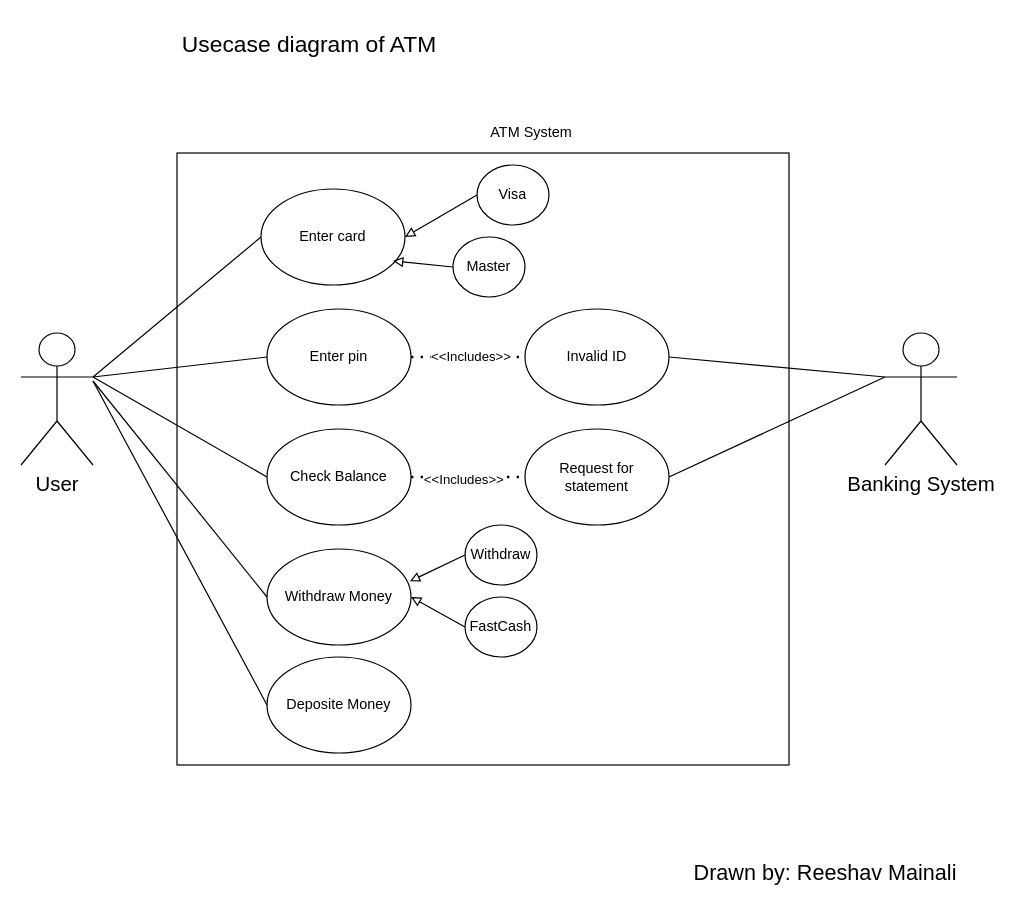
This is 6th SEM/SE/DFD.drawio from Reeves9/Class-Notes, a draw.io file, before an edit. Source tidied: cells renumbered, new cells numbered last; positions are measured from the earlier drawing's top-left corner, leaving out a move shared by most shapes. Both pictures are drawn from the tidied source at 120%, with x=0, y=0 at pixel (20, 20).
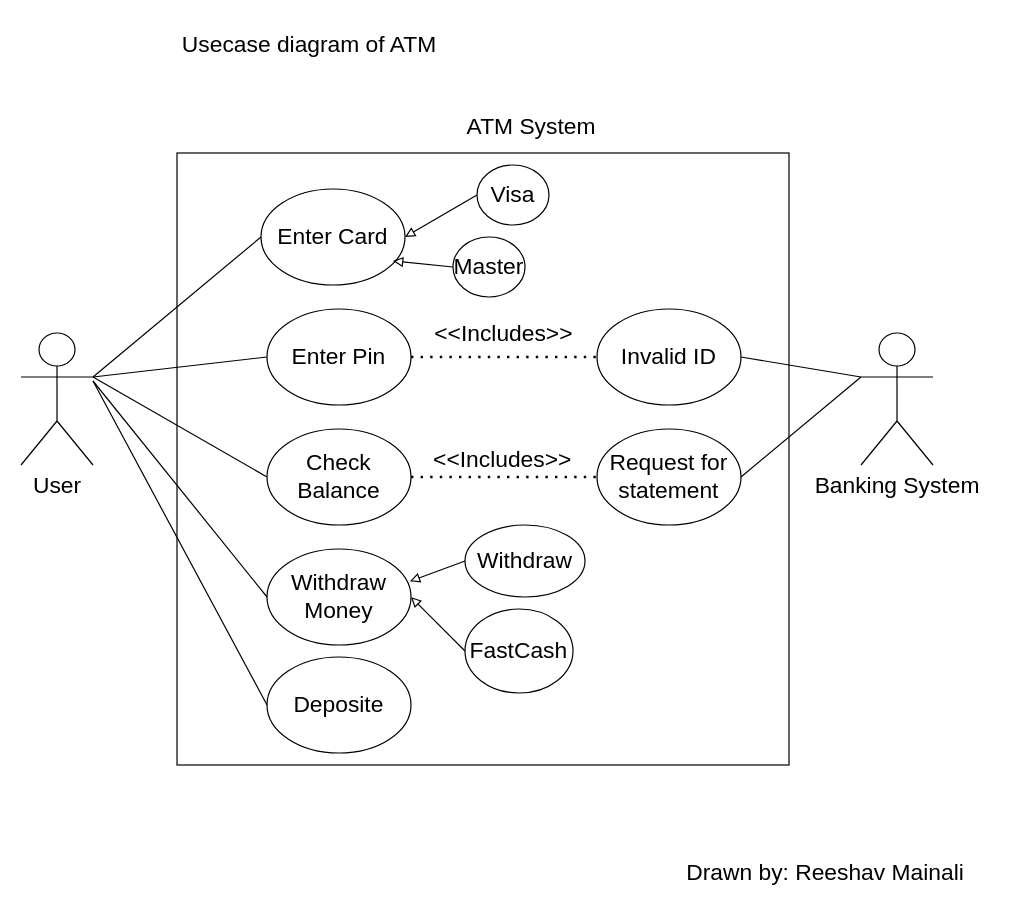
The same page after the edit.

Change to the diagram source:
```diff
@@
-    <mxCell id="2" value="&lt;font style=&quot;font-size: 19px;&quot;&gt;Usecase diagram of ATM&lt;/font&gt;" style="text;html=1;align=center;verticalAlign=middle;strokeColor=none;fillColor=none;" parent="1" vertex="1">
+    <mxCell id="2" value="&lt;font style=&quot;font-size: 19px;&quot;&gt;Usecase diagram of ATM&lt;/font&gt;" style="text;html=1;align=center;verticalAlign=middle;strokeColor=none;fillColor=none;fontSize=19;" parent="1" vertex="1">
       <mxGeometry x="120" width="240" height="40" as="geometry" />
     </mxCell>
-    <mxCell id="3" style="whiteSpace=wrap;html=1;" parent="1" vertex="1">
+    <mxCell id="3" style="whiteSpace=wrap;html=1;fontSize=19;" parent="1" vertex="1">
       <mxGeometry x="130" y="110" width="510" height="510" as="geometry" />
     </mxCell>
-    <mxCell id="4" value="Enter card" style="ellipse;whiteSpace=wrap;html=1;" parent="1" vertex="1">
+    <mxCell id="4" value="Enter Card" style="ellipse;whiteSpace=wrap;html=1;fontSize=19;" parent="1" vertex="1">
       <mxGeometry x="200" y="140" width="120" height="80" as="geometry" />
     </mxCell>
-    <mxCell id="5" value="Check Balance" style="ellipse;whiteSpace=wrap;html=1;" parent="1" vertex="1">
+    <mxCell id="5" value="Check Balance" style="ellipse;whiteSpace=wrap;html=1;fontSize=19;" parent="1" vertex="1">
       <mxGeometry x="205" y="340" width="120" height="80" as="geometry" />
     </mxCell>
-    <mxCell id="6" value="Withdraw Money" style="ellipse;whiteSpace=wrap;html=1;" parent="1" vertex="1">
+    <mxCell id="6" value="Withdraw Money" style="ellipse;whiteSpace=wrap;html=1;fontSize=19;" parent="1" vertex="1">
       <mxGeometry x="205" y="440" width="120" height="80" as="geometry" />
     </mxCell>
-    <mxCell id="7" value="Deposite Money" style="ellipse;whiteSpace=wrap;html=1;" parent="1" vertex="1">
+    <mxCell id="7" value="Deposite" style="ellipse;whiteSpace=wrap;html=1;fontSize=19;" parent="1" vertex="1">
       <mxGeometry x="205" y="530" width="120" height="80" as="geometry" />
     </mxCell>
-    <mxCell id="8" value="Invalid ID" style="ellipse;whiteSpace=wrap;html=1;" parent="1" vertex="1">
-      <mxGeometry x="420" y="240" width="120" height="80" as="geometry" />
+    <mxCell id="8" value="Invalid ID" style="ellipse;whiteSpace=wrap;html=1;fontSize=19;" parent="1" vertex="1">
+      <mxGeometry x="480" y="240" width="120" height="80" as="geometry" />
     </mxCell>
-    <mxCell id="9" value="Request for statement" style="ellipse;whiteSpace=wrap;html=1;" parent="1" vertex="1">
-      <mxGeometry x="420" y="340" width="120" height="80" as="geometry" />
+    <mxCell id="9" value="Request for statement" style="ellipse;whiteSpace=wrap;html=1;fontSize=19;" parent="1" vertex="1">
+      <mxGeometry x="480" y="340" width="120" height="80" as="geometry" />
     </mxCell>
-    <mxCell id="10" value="&lt;font style=&quot;font-size: 17px;&quot;&gt;User&lt;/font&gt;" style="shape=umlActor;verticalLabelPosition=bottom;verticalAlign=top;html=1;outlineConnect=0;" parent="1" vertex="1">
+    <mxCell id="10" value="&lt;font style=&quot;font-size: 19px;&quot;&gt;User&lt;/font&gt;" style="shape=umlActor;verticalLabelPosition=bottom;verticalAlign=top;html=1;outlineConnect=0;fontSize=19;" parent="1" vertex="1">
       <mxGeometry y="260" width="60" height="110" as="geometry" />
     </mxCell>
-    <mxCell id="11" value="&lt;font style=&quot;font-size: 17px;&quot;&gt;Banking System&lt;/font&gt;" style="shape=umlActor;verticalLabelPosition=bottom;verticalAlign=top;html=1;outlineConnect=0;" parent="1" vertex="1">
-      <mxGeometry x="720" y="260" width="60" height="110" as="geometry" />
+    <mxCell id="11" value="&lt;font style=&quot;font-size: 19px;&quot;&gt;Banking System&lt;/font&gt;" style="shape=umlActor;verticalLabelPosition=bottom;verticalAlign=top;html=1;outlineConnect=0;fontSize=19;" parent="1" vertex="1">
+      <mxGeometry x="700" y="260" width="60" height="110" as="geometry" />
     </mxCell>
-    <mxCell id="12" style="endArrow=none;dashed=1;html=1;dashPattern=1 3;strokeWidth=2;rounded=0;entryX=0;entryY=0.5;entryDx=0;entryDy=0;exitX=1;exitY=0.5;exitDx=0;exitDy=0;" parent="1" edge="1" source="5" target="9">
+    <mxCell id="12" style="endArrow=none;dashed=1;html=1;dashPattern=1 3;strokeWidth=2;rounded=0;entryX=0;entryY=0.5;entryDx=0;entryDy=0;exitX=1;exitY=0.5;exitDx=0;exitDy=0;fontSize=19;" parent="1" edge="1" source="5" target="9">
       <mxGeometry relative="1" as="geometry" />
     </mxCell>
-    <mxCell id="13" value="&amp;lt;&amp;lt;Includes&amp;gt;&amp;gt;" style="edgeLabel;html=1;align=center;verticalAlign=middle;" parent="12" vertex="1">
-      <mxGeometry x="-0.09" y="-1" relative="1" as="geometry" />
+    <mxCell id="13" value="&amp;lt;&amp;lt;Includes&amp;gt;&amp;gt;" style="edgeLabel;html=1;align=center;verticalAlign=middle;fontSize=19;" parent="12" vertex="1">
+      <mxGeometry x="-0.09" y="-1" relative="1" as="geometry">
+        <mxPoint x="4" y="-16" as="offset" />
+      </mxGeometry>
     </mxCell>
-    <mxCell id="14" value="ATM System&lt;div&gt;&lt;br&gt;&lt;/div&gt;" style="text;html=1;align=center;verticalAlign=middle;strokeColor=none;fillColor=none;" parent="1" vertex="1">
-      <mxGeometry x="380" y="80" width="90" height="40" as="geometry" />
+    <mxCell id="14" value="ATM System&lt;div style=&quot;font-size: 19px;&quot;&gt;&lt;br style=&quot;font-size: 19px;&quot;&gt;&lt;/div&gt;" style="text;html=1;align=center;verticalAlign=middle;strokeColor=none;fillColor=none;fontSize=19;" parent="1" vertex="1">
+      <mxGeometry x="360" y="70" width="130" height="60" as="geometry" />
     </mxCell>
-    <mxCell id="15" value="Enter pin" style="ellipse;whiteSpace=wrap;html=1;" parent="1" vertex="1">
+    <mxCell id="15" value="Enter Pin" style="ellipse;whiteSpace=wrap;html=1;fontSize=19;" parent="1" vertex="1">
       <mxGeometry x="205" y="240" width="120" height="80" as="geometry" />
     </mxCell>
-    <mxCell id="16" style="endArrow=none;dashed=1;html=1;dashPattern=1 3;strokeWidth=2;rounded=0;entryX=0;entryY=0.5;entryDx=0;entryDy=0;exitX=1;exitY=0.5;exitDx=0;exitDy=0;" parent="1" edge="1" source="15" target="8">
+    <mxCell id="16" style="endArrow=none;dashed=1;html=1;dashPattern=1 3;strokeWidth=2;rounded=0;entryX=0;entryY=0.5;entryDx=0;entryDy=0;exitX=1;exitY=0.5;exitDx=0;exitDy=0;fontSize=19;" parent="1" edge="1" source="15" target="8">
       <mxGeometry relative="1" as="geometry" />
     </mxCell>
-    <mxCell id="17" value="&amp;lt;&amp;lt;Includes&amp;gt;&amp;gt;" style="edgeLabel;html=1;align=center;verticalAlign=middle;" parent="16" vertex="1">
-      <mxGeometry x="0.04" y="1" relative="1" as="geometry" />
+    <mxCell id="17" value="&amp;lt;&amp;lt;Includes&amp;gt;&amp;gt;" style="edgeLabel;html=1;align=center;verticalAlign=middle;fontSize=19;" parent="16" vertex="1">
+      <mxGeometry x="0.04" y="1" relative="1" as="geometry">
+        <mxPoint x="-5" y="-19" as="offset" />
+      </mxGeometry>
     </mxCell>
-    <mxCell id="18" value="Visa" style="ellipse;whiteSpace=wrap;html=1;" parent="1" vertex="1">
+    <mxCell id="18" value="Visa" style="ellipse;whiteSpace=wrap;html=1;fontSize=19;" parent="1" vertex="1">
       <mxGeometry x="380" y="120" width="60" height="50" as="geometry" />
     </mxCell>
-    <mxCell id="19" value="Master" style="ellipse;whiteSpace=wrap;html=1;" parent="1" vertex="1">
+    <mxCell id="19" value="Master" style="ellipse;whiteSpace=wrap;html=1;fontSize=19;" parent="1" vertex="1">
       <mxGeometry x="360" y="180" width="60" height="50" as="geometry" />
     </mxCell>
-    <mxCell id="20" value="Withdraw" style="ellipse;whiteSpace=wrap;html=1;" parent="1" vertex="1">
-      <mxGeometry x="370" y="420" width="60" height="50" as="geometry" />
+    <mxCell id="20" value="Withdraw" style="ellipse;whiteSpace=wrap;html=1;fontSize=19;" parent="1" vertex="1">
+      <mxGeometry x="370" y="420" width="100" height="60" as="geometry" />
     </mxCell>
-    <mxCell id="21" value="FastCash" style="ellipse;whiteSpace=wrap;html=1;" parent="1" vertex="1">
-      <mxGeometry x="370" y="480" width="60" height="50" as="geometry" />
+    <mxCell id="21" value="FastCash" style="ellipse;whiteSpace=wrap;html=1;fontSize=19;" parent="1" vertex="1">
+      <mxGeometry x="370" y="490" width="90" height="70" as="geometry" />
     </mxCell>
-    <mxCell id="22" style="endArrow=none;html=1;rounded=0;exitX=1;exitY=0.3333333333333333;exitDx=0;exitDy=0;exitPerimeter=0;entryX=0;entryY=0.5;entryDx=0;entryDy=0;" parent="1" edge="1" source="10" target="4">
+    <mxCell id="22" style="endArrow=none;html=1;rounded=0;exitX=1;exitY=0.3333333333333333;exitDx=0;exitDy=0;exitPerimeter=0;entryX=0;entryY=0.5;entryDx=0;entryDy=0;fontSize=19;" parent="1" edge="1" source="10" target="4">
       <mxGeometry relative="1" as="geometry" />
     </mxCell>
-    <mxCell id="23" style="endArrow=none;html=1;rounded=0;entryX=0;entryY=0.5;entryDx=0;entryDy=0;exitX=1;exitY=0.3333333333333333;exitDx=0;exitDy=0;exitPerimeter=0;" parent="1" edge="1" source="10" target="15">
+    <mxCell id="23" style="endArrow=none;html=1;rounded=0;entryX=0;entryY=0.5;entryDx=0;entryDy=0;exitX=1;exitY=0.3333333333333333;exitDx=0;exitDy=0;exitPerimeter=0;fontSize=19;" parent="1" edge="1" source="10" target="15">
       <mxGeometry relative="1" as="geometry" />
     </mxCell>
-    <mxCell id="24" style="endArrow=none;html=1;rounded=0;entryX=0;entryY=0.5;entryDx=0;entryDy=0;exitX=1;exitY=0.3333333333333333;exitDx=0;exitDy=0;exitPerimeter=0;" parent="1" edge="1" source="10" target="5">
+    <mxCell id="24" style="endArrow=none;html=1;rounded=0;entryX=0;entryY=0.5;entryDx=0;entryDy=0;exitX=1;exitY=0.3333333333333333;exitDx=0;exitDy=0;exitPerimeter=0;fontSize=19;" parent="1" edge="1" source="10" target="5">
       <mxGeometry relative="1" as="geometry" />
     </mxCell>
-    <mxCell id="25" style="endArrow=none;html=1;rounded=0;entryX=0;entryY=0.5;entryDx=0;entryDy=0;" parent="1" edge="1" target="6">
+    <mxCell id="25" style="endArrow=none;html=1;rounded=0;entryX=0;entryY=0.5;entryDx=0;entryDy=0;fontSize=19;" parent="1" edge="1" target="6">
       <mxGeometry relative="1" as="geometry">
         <mxPoint x="60" y="300" as="sourcePoint" />
       </mxGeometry>
     </mxCell>
-    <mxCell id="26" style="endArrow=none;html=1;rounded=0;entryX=0;entryY=0.5;entryDx=0;entryDy=0;" parent="1" edge="1" target="7">
+    <mxCell id="26" style="endArrow=none;html=1;rounded=0;entryX=0;entryY=0.5;entryDx=0;entryDy=0;fontSize=19;" parent="1" edge="1" target="7">
       <mxGeometry relative="1" as="geometry">
         <mxPoint x="60" y="300" as="sourcePoint" />
       </mxGeometry>
     </mxCell>
-    <mxCell id="27" style="endArrow=none;html=1;rounded=0;entryX=0;entryY=0.3333333333333333;entryDx=0;entryDy=0;entryPerimeter=0;exitX=1;exitY=0.5;exitDx=0;exitDy=0;" parent="1" edge="1" source="8" target="11">
+    <mxCell id="27" style="endArrow=none;html=1;rounded=0;entryX=0;entryY=0.3333333333333333;entryDx=0;entryDy=0;entryPerimeter=0;exitX=1;exitY=0.5;exitDx=0;exitDy=0;fontSize=19;" parent="1" edge="1" source="8" target="11">
       <mxGeometry relative="1" as="geometry" />
     </mxCell>
-    <mxCell id="28" style="html=1;labelBackgroundColor=#ffffff;endArrow=block;endFill=0;jettySize=auto;strokeWidth=1;fontSize=14;rounded=0;exitX=0;exitY=0.5;exitDx=0;exitDy=0;entryX=1;entryY=0.5;entryDx=0;entryDy=0;" parent="1" edge="1" source="21" target="6">
+    <mxCell id="28" style="html=1;labelBackgroundColor=#ffffff;endArrow=block;endFill=0;jettySize=auto;strokeWidth=1;fontSize=19;rounded=0;exitX=0;exitY=0.5;exitDx=0;exitDy=0;entryX=1;entryY=0.5;entryDx=0;entryDy=0;" parent="1" edge="1" source="21" target="6">
       <mxGeometry relative="1" as="geometry" />
     </mxCell>
-    <mxCell id="29" style="html=1;labelBackgroundColor=#ffffff;endArrow=block;endFill=0;jettySize=auto;strokeWidth=1;fontSize=14;rounded=0;exitX=0;exitY=0.5;exitDx=0;exitDy=0;entryX=0.992;entryY=0.337;entryDx=0;entryDy=0;entryPerimeter=0;" parent="1" edge="1" source="20" target="6">
+    <mxCell id="29" style="html=1;labelBackgroundColor=#ffffff;endArrow=block;endFill=0;jettySize=auto;strokeWidth=1;fontSize=19;rounded=0;exitX=0;exitY=0.5;exitDx=0;exitDy=0;entryX=0.992;entryY=0.337;entryDx=0;entryDy=0;entryPerimeter=0;" parent="1" edge="1" source="20" target="6">
       <mxGeometry relative="1" as="geometry" />
     </mxCell>
-    <mxCell id="30" style="html=1;labelBackgroundColor=#ffffff;endArrow=block;endFill=0;jettySize=auto;strokeWidth=1;fontSize=14;rounded=0;exitX=0;exitY=0.5;exitDx=0;exitDy=0;" parent="1" edge="1" source="19">
+    <mxCell id="30" style="html=1;labelBackgroundColor=#ffffff;endArrow=block;endFill=0;jettySize=auto;strokeWidth=1;fontSize=19;rounded=0;exitX=0;exitY=0.5;exitDx=0;exitDy=0;" parent="1" edge="1" source="19">
       <mxGeometry relative="1" as="geometry">
         <mxPoint x="310" y="200" as="targetPoint" />
       </mxGeometry>
     </mxCell>
-    <mxCell id="31" style="html=1;labelBackgroundColor=#ffffff;endArrow=block;endFill=0;jettySize=auto;strokeWidth=1;fontSize=14;rounded=0;exitX=0;exitY=0.5;exitDx=0;exitDy=0;entryX=1;entryY=0.5;entryDx=0;entryDy=0;" parent="1" edge="1" source="18" target="4">
+    <mxCell id="31" style="html=1;labelBackgroundColor=#ffffff;endArrow=block;endFill=0;jettySize=auto;strokeWidth=1;fontSize=19;rounded=0;exitX=0;exitY=0.5;exitDx=0;exitDy=0;entryX=1;entryY=0.5;entryDx=0;entryDy=0;" parent="1" edge="1" source="18" target="4">
       <mxGeometry relative="1" as="geometry" />
     </mxCell>
-    <mxCell id="32" style="endArrow=none;html=1;rounded=0;exitX=1;exitY=0.5;exitDx=0;exitDy=0;entryX=0;entryY=0.3333333333333333;entryDx=0;entryDy=0;entryPerimeter=0;" parent="1" edge="1" source="9" target="11">
+    <mxCell id="32" style="endArrow=none;html=1;rounded=0;exitX=1;exitY=0.5;exitDx=0;exitDy=0;entryX=0;entryY=0.3333333333333333;entryDx=0;entryDy=0;entryPerimeter=0;fontSize=19;" parent="1" edge="1" source="9" target="11">
       <mxGeometry relative="1" as="geometry" />
     </mxCell>
-    <mxCell id="33" value="&lt;font style=&quot;font-size: 18px;&quot;&gt;Drawn by: Reeshav Mainali&lt;/font&gt;" style="text;html=1;align=center;verticalAlign=middle;strokeColor=none;fillColor=none;" parent="1" vertex="1">
-      <mxGeometry x="550" y="690" width="240" height="40" as="geometry" />
+    <mxCell id="33" value="&lt;font style=&quot;font-size: 19px;&quot;&gt;Drawn by: Reeshav Mainali&lt;/font&gt;" style="text;html=1;align=center;verticalAlign=middle;strokeColor=none;fillColor=none;fontSize=19;" parent="1" vertex="1">
+      <mxGeometry x="545" y="690" width="250" height="40" as="geometry" />
     </mxCell>
```
